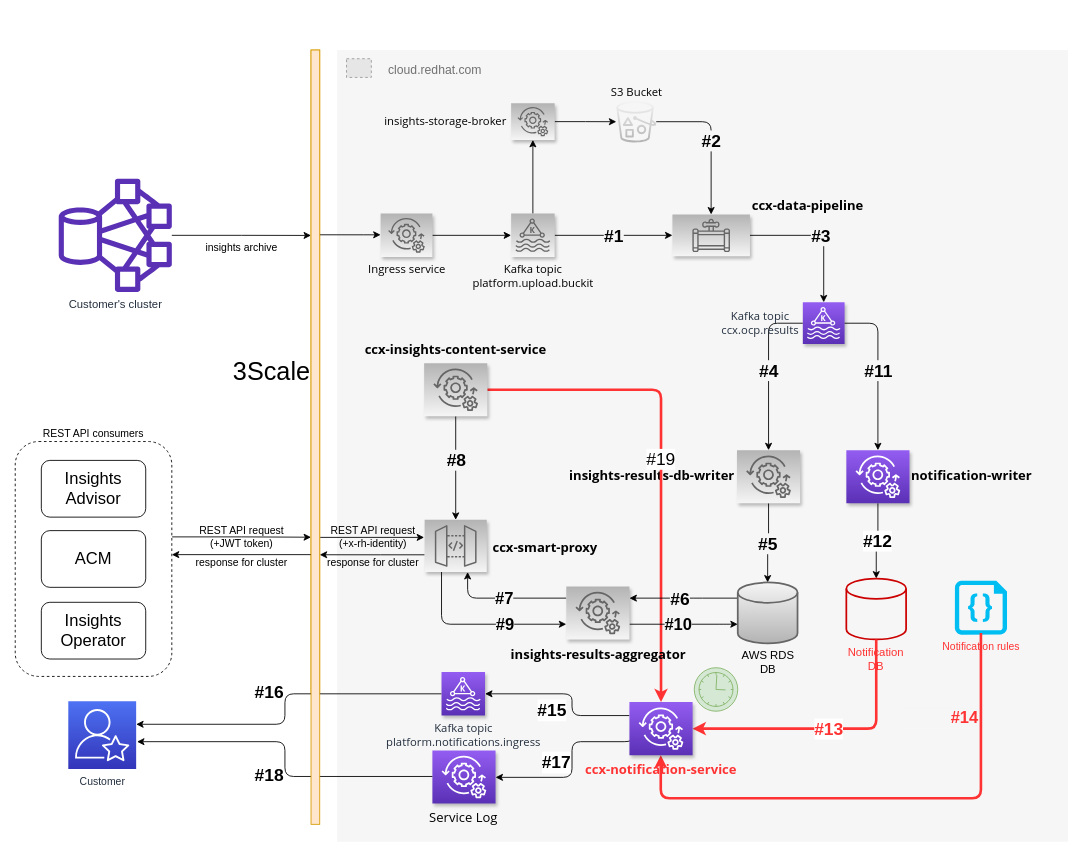
This is docs/images/architecture_diagram.drawio from RedHatInsights/ccx-notification-service, a draw.io file, before an edit. Source tidied: cells renumbered, new cells numbered last; positions are measured from the earlier drawing's top-left corner, leaving out a move shared by most shapes. Both pictures are drawn from the tidied source at 87%, with x=0, y=0 at pixel (15, 15). Pictures stored in the file or linked from it are replaced by grey dashed boxes.
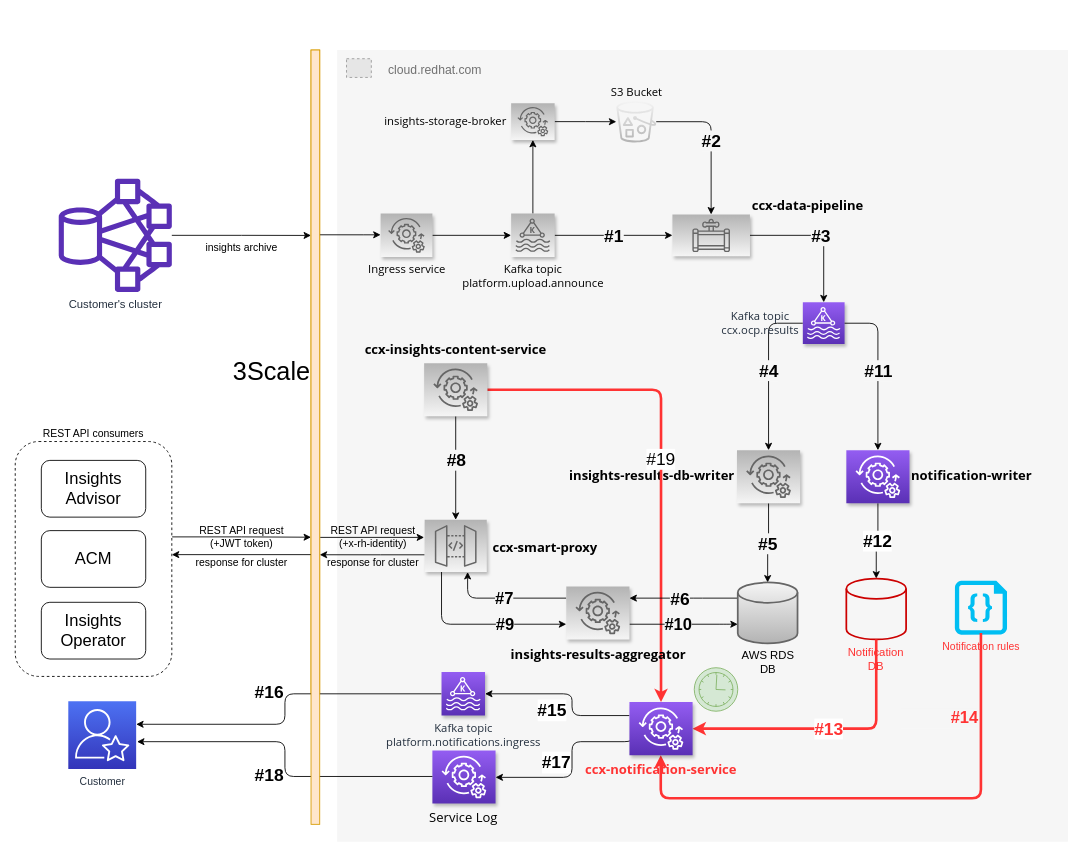
Above is the later version.

Commit message (it also covers changes not shown here):
Update reference to platform.upload.buckit in architecture diagram

Change to the diagram source:
```diff
@@
-    <mxCell id="10" value="&lt;div style=&quot;font-size: 13px;&quot;&gt;Kafka topic&lt;/div&gt;&lt;div style=&quot;font-size: 13px;&quot;&gt;platform.upload.buckit&lt;/div&gt;" style="outlineConnect=0;gradientDirection=north;fillColor=#f5f5f5;strokeColor=#666666;dashed=0;verticalLabelPosition=bottom;verticalAlign=top;align=center;html=1;fontSize=13;fontStyle=0;shape=mxgraph.aws4.resourceIcon;resIcon=mxgraph.aws4.managed_streaming_for_kafka;labelPosition=center;shadow=1;fontFamily=Open Sans;gradientColor=#b3b3b3;" parent="1" vertex="1">
+    <mxCell id="10" value="&lt;div style=&quot;font-size: 13px;&quot;&gt;Kafka topic&lt;/div&gt;&lt;div style=&quot;font-size: 13px;&quot;&gt;platform.upload.announce&lt;/div&gt;" style="outlineConnect=0;gradientDirection=north;fillColor=#f5f5f5;strokeColor=#666666;dashed=0;verticalLabelPosition=bottom;verticalAlign=top;align=center;html=1;fontSize=13;fontStyle=0;shape=mxgraph.aws4.resourceIcon;resIcon=mxgraph.aws4.managed_streaming_for_kafka;labelPosition=center;shadow=1;fontFamily=Open Sans;gradientColor=#b3b3b3;" parent="1" vertex="1">
       <mxGeometry x="570" y="228" width="50" height="50" as="geometry" />
     </mxCell>
```
